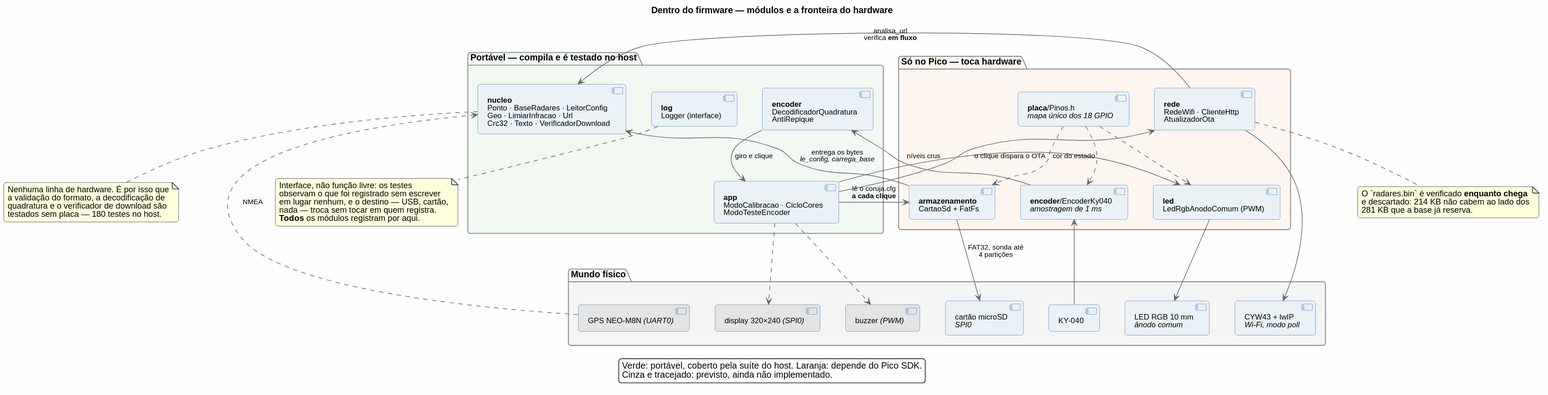
Above: docs/firmware.svg in paulovitorbal/coruja_gps (PlantUML), before the change. Source of this version:
```plantuml
@startuml

title Dentro do firmware — módulos e a fronteira do hardware

skinparam backgroundColor #FEFEFE
skinparam defaultFontName Helvetica
skinparam shadowing false
skinparam roundCorner 8
skinparam ArrowColor #666666
skinparam ArrowFontSize 11
skinparam nodesep 40
skinparam ranksep 45
skinparam package {
  BorderColor #909090
  BackgroundColor #FCFCFC
  FontStyle bold
}
skinparam component {
  FontSize 12
  BorderColor #4A7BA7
  BackgroundColor #EAF2F8
}

package "Portável — compila e é testado no host" as portavel #F2F8F2 {
  component "**app**\nModoCalibracao · CicloCores\nModoTesteEncoder" as app
  component "**nucleo**\nPonto · BaseRadares · LeitorConfig\nGeo · LimiarInfracao · Url\nCrc32 · Texto · VerificadorDownload" as nucleo
  component "**encoder**\nDecodificadorQuadratura\nAntiRepique" as enc
  component "**log**\nLogger (interface)" as logm
}

package "Só no Pico — toca hardware" as pico #FDF6F0 {
  component "**rede**\nRedeWifi · ClienteHttp\nAtualizadorOta" as rede
  component "**armazenamento**\nCartaoSd + FatFs" as arm
  component "**led**\nLedRgbAnodoComum (PWM)" as led
  component "**encoder**/EncoderKy040\n//amostragem de 1 ms//" as enchw
  component "**placa**/Pinos.h\n//mapa único dos 18 GPIO//" as pinos
}

package "Mundo físico" as hw #F5F5F5 {
  component "KY-040" as ky
  component "LED RGB 10 mm\n//ânodo comum//" as ledrgb
  component "cartão microSD\n//SPI0//" as sd
  component "CYW43 + lwIP\n//Wi-Fi, modo poll//" as wifi
  component "GPS NEO-M8N //(UART0)//" as gps #E4E4E4
  component "display 320×240 //(SPI0)//" as disp #E4E4E4
  component "buzzer //(PWM)//" as buz #E4E4E4
}

ky --> enchw
enchw --> enc : níveis crus
enc --> app : giro e clique

app --> led : cor do estado
led --> ledrgb

app --> arm : lê o coruja.cfg\n**a cada clique**
arm --> sd : FAT32, sonda até\n4 partições
arm --> nucleo : entrega os bytes\n//le_config, carrega_base//

app --> rede : o clique dispara o OTA
rede --> wifi
rede --> nucleo : analisa_url\nverifica **em fluxo**

app ..> disp
app ..> buz
gps ..> nucleo : NMEA

pinos ..> arm
pinos ..> led
pinos ..> enchw

note bottom of nucleo
  Nenhuma linha de hardware. É por isso que
  a validação do formato, a decodificação de
  quadratura e o verificador de download são
  testados sem placa — 180 testes no host.
end note

note bottom of logm
  Interface, não função livre: os testes
  observam o que foi registrado sem escrever
  em lugar nenhum, e o destino — USB, cartão,
  nada — troca sem tocar em quem registra.
  **Todos** os módulos registram por aqui.
end note

note bottom of rede
  O `radares.bin` é verificado **enquanto chega**
  e descartado: 214 KB não cabem ao lado dos
  281 KB que a base já reserva.
end note

legend bottom
  Verde: portável, coberto pela suíte do host.  Laranja: depende do Pico SDK.
  Cinza e tracejado: previsto, ainda não implementado.
endlegend
@enduml
```
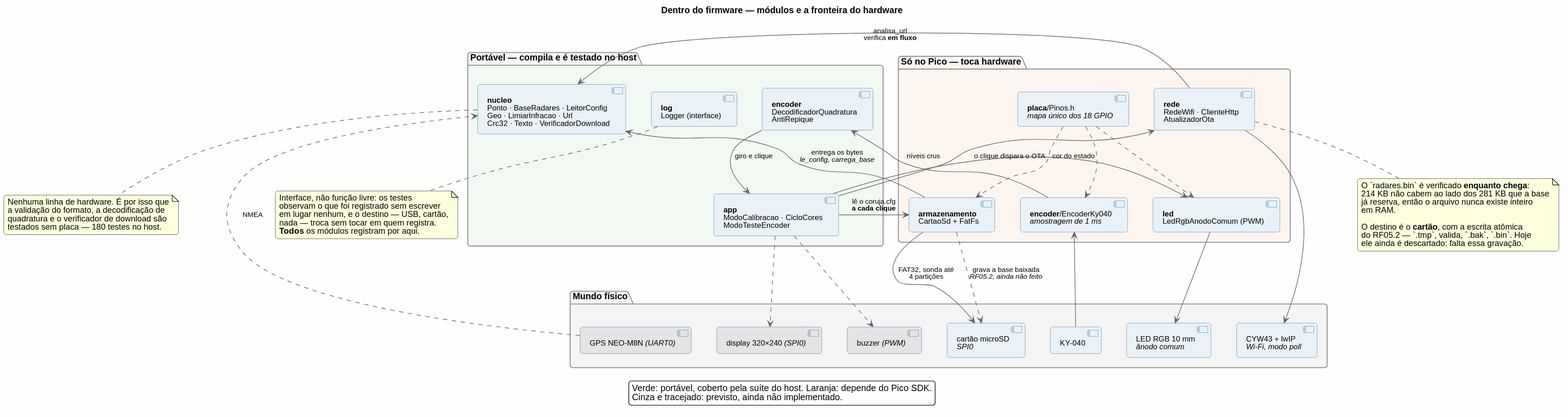
After the commit.

Change to the diagram source:
```diff
@@ -55,6 +55,7 @@
 
 app --> arm : lê o coruja.cfg\n**a cada clique**
 arm --> sd : FAT32, sonda até\n4 partições
+arm ..> sd : grava a base baixada\n//RF05.2, ainda não feito//
 arm --> nucleo : entrega os bytes\n//le_config, carrega_base//
 
 app --> rede : o clique dispara o OTA
@@ -85,9 +86,14 @@
 end note
 
 note bottom of rede
-  O `radares.bin` é verificado **enquanto chega**
-  e descartado: 214 KB não cabem ao lado dos
-  281 KB que a base já reserva.
+  O `radares.bin` é verificado **enquanto chega**:
+  214 KB não cabem ao lado dos 281 KB que a base
+  já reserva, então o arquivo nunca existe inteiro
+  em RAM.
+
+  O destino é o **cartão**, com a escrita atômica
+  do RF05.2 — `.tmp`, valida, `.bak`, `.bin`. Hoje
+  ele ainda é descartado: falta essa gravação.
 end note
 
 legend bottom
```
